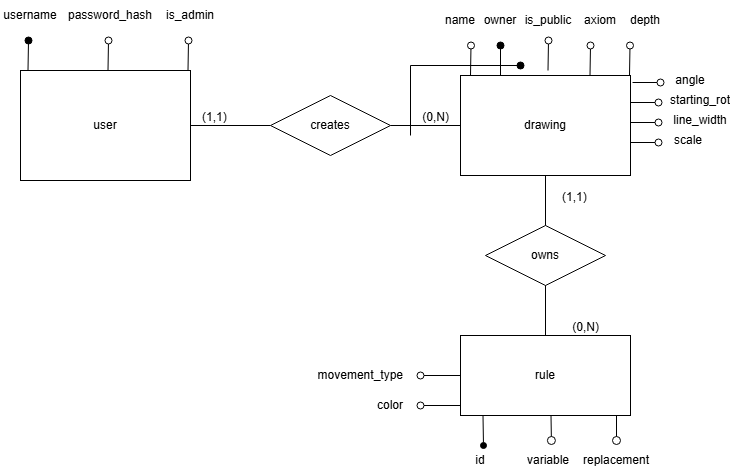
Earlier version of the draw.io export er_diagram.png (daisydaisyyy/l-system-generator). Source tidied: cells renumbered, new cells last; positions are measured from the earlier drawing's top-left corner, leaving out a move shared by most shapes.
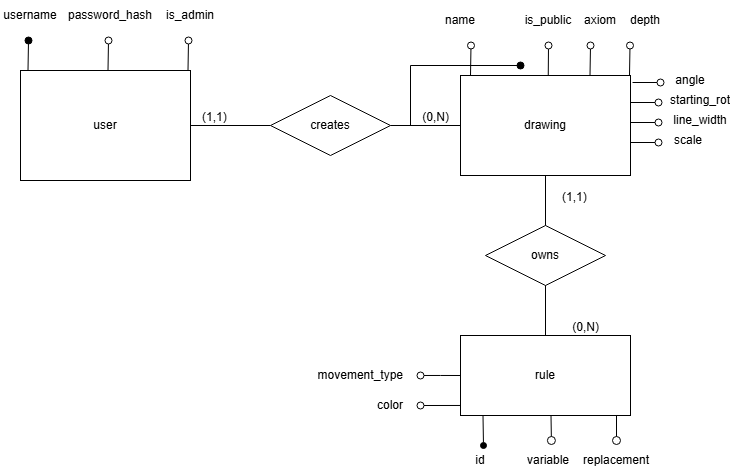
After the commit.

Diff of the diagram source:
```diff
@@ -87,7 +87,7 @@
     </mxCell>
     <mxCell id="23" style="edgeStyle=none;orthogonalLoop=1;jettySize=auto;html=1;rounded=0;endArrow=none;endFill=0;endSize=7;" parent="1" edge="1">
       <mxGeometry relative="1" as="geometry">
-        <mxPoint x="410" y="135" as="sourcePoint" />
+        <mxPoint x="410" y="125" as="sourcePoint" />
         <mxPoint x="410" y="65" as="targetPoint" />
       </mxGeometry>
     </mxCell>
@@ -153,8 +153,8 @@
     </mxCell>
     <mxCell id="37" style="edgeStyle=none;orthogonalLoop=1;jettySize=auto;html=1;rounded=0;endArrow=oval;endFill=0;endSize=7;exitX=0.75;exitY=0;exitDx=0;exitDy=0;" parent="1" edge="1">
       <mxGeometry relative="1" as="geometry">
-        <mxPoint x="547.5" y="70" as="sourcePoint" />
-        <mxPoint x="548" y="40" as="targetPoint" />
+        <mxPoint x="547.8" y="75" as="sourcePoint" />
+        <mxPoint x="548" y="45" as="targetPoint" />
       </mxGeometry>
     </mxCell>
     <mxCell id="38" value="is_public" style="text;html=1;whiteSpace=wrap;strokeColor=none;fillColor=none;align=center;verticalAlign=middle;rounded=0;" parent="1" vertex="1">
@@ -203,14 +203,5 @@
     <mxCell id="47" value="color" style="text;html=1;whiteSpace=wrap;strokeColor=none;fillColor=none;align=right;verticalAlign=middle;rounded=0;" parent="1" vertex="1">
       <mxGeometry x="345" y="390" width="60" height="30" as="geometry" />
     </mxCell>
-    <mxCell id="48" style="edgeStyle=orthogonalEdgeStyle;rounded=0;orthogonalLoop=1;jettySize=auto;html=1;endArrow=oval;endFill=1;endSize=7;" parent="1" edge="1">
-      <mxGeometry relative="1" as="geometry">
-        <mxPoint x="500" y="75" as="sourcePoint" />
-        <mxPoint x="500" y="45" as="targetPoint" />
-      </mxGeometry>
-    </mxCell>
-    <mxCell id="49" value="owner" style="text;html=1;whiteSpace=wrap;strokeColor=none;fillColor=none;align=center;verticalAlign=middle;rounded=0;" parent="1" vertex="1">
-      <mxGeometry x="470" y="5" width="60" height="30" as="geometry" />
-    </mxCell>
   </root>
 </mxGraphModel>
```
